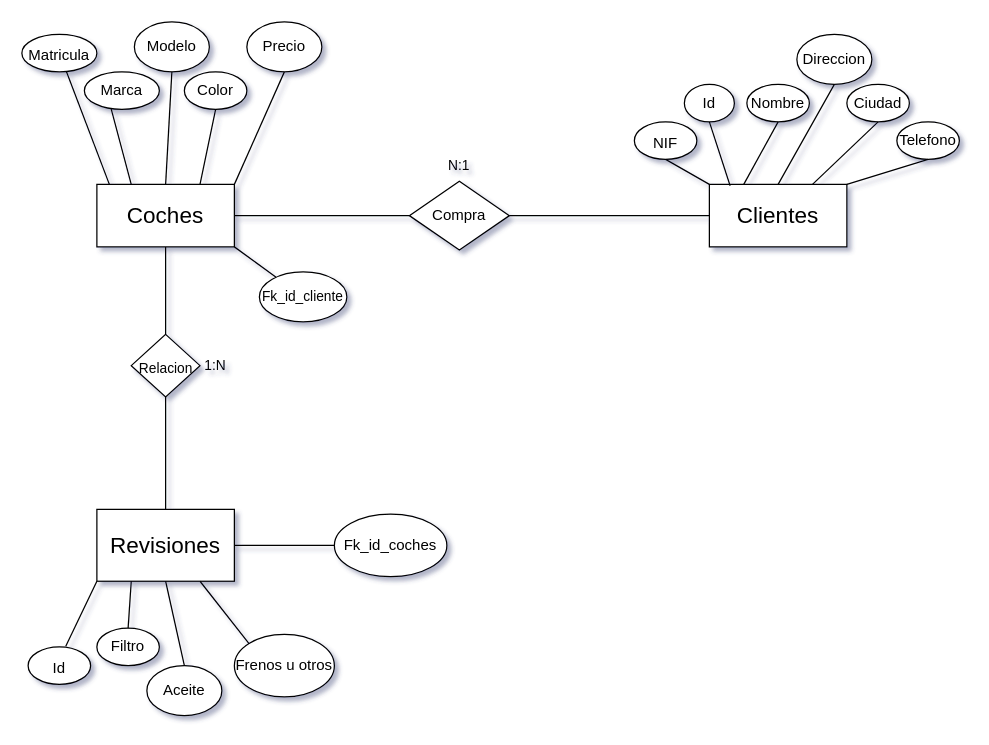
Earlier version of the draw.io diagram Untitled Diagram.drawio (elenaradrus/DiagramasDB). Source tidied: cells renumbered, new cells numbered last; positions are measured from the earlier drawing's top-left corner, leaving out a move shared by most shapes. Both pictures are drawn from the tidied source at 125%, with x=0, y=0 at pixel (21, 21).
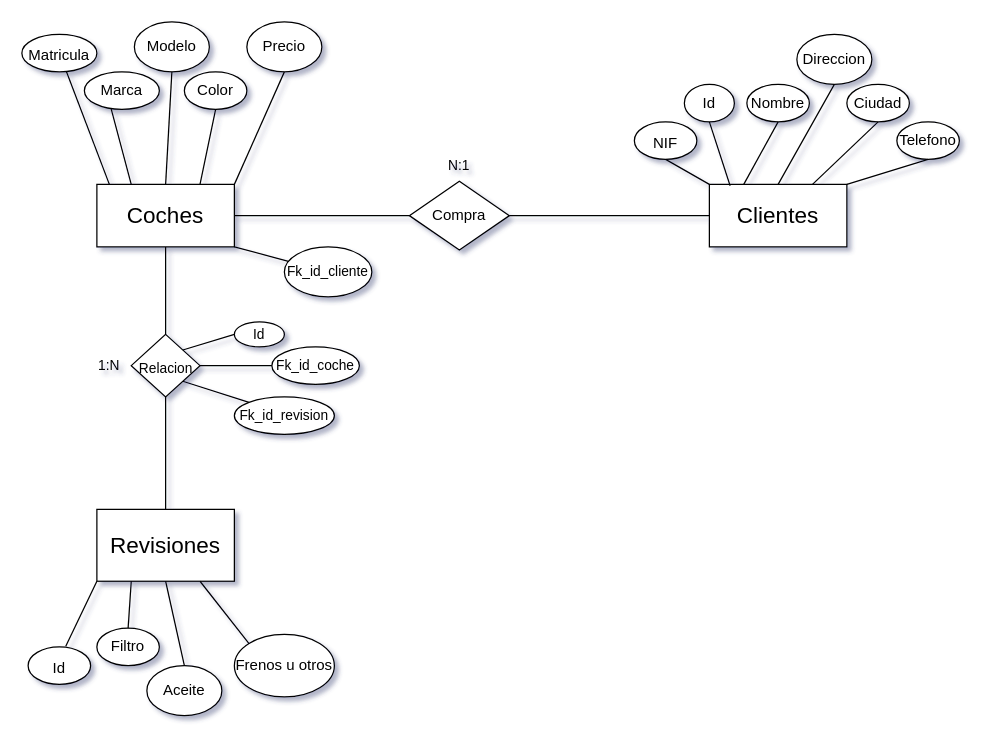
The same page after the edit.

The change refers to these unchanged cells:
```xml
<mxCell id="29" value="&lt;font style=&quot;font-size: 18px;&quot;&gt;Revisiones&lt;/font&gt;" style="rounded=0;whiteSpace=wrap;html=1;fontSize=12;" parent="1" vertex="1">
  <mxGeometry x="60" y="390" width="110" height="57.5" as="geometry" />
</mxCell>
<mxCell id="30" value="&lt;font style=&quot;font-size: 11px;&quot;&gt;Relacion&lt;/font&gt;" style="rhombus;whiteSpace=wrap;html=1;fontSize=18;" parent="1" vertex="1">
  <mxGeometry x="87.5" y="250" width="55" height="50" as="geometry" />
</mxCell>
```

Change to the diagram source:
```diff
@@
-    <mxCell id="41" value="Fk_id_coches" style="ellipse;whiteSpace=wrap;html=1;fontSize=12;" parent="1" vertex="1">
-      <mxGeometry x="250" y="393.8" width="90" height="50" as="geometry" />
-    </mxCell>
-    <mxCell id="42" style="endArrow=none;html=1;rounded=0;fontSize=12;exitX=1;exitY=0.5;exitDx=0;exitDy=0;entryX=0;entryY=0.5;entryDx=0;entryDy=0;" parent="1" edge="1" source="29" target="41">
-      <mxGeometry relative="1" as="geometry" />
-    </mxCell>
     <mxCell id="43" value="Fk_id_cliente" style="ellipse;whiteSpace=wrap;html=1;fontSize=11;" parent="1" vertex="1">
-      <mxGeometry x="190" y="200" width="70" height="40" as="geometry" />
+      <mxGeometry x="210" y="180" width="70" height="40" as="geometry" />
     </mxCell>
@@
     <mxCell id="46" value="1:N" style="text;html=1;strokeColor=none;fillColor=none;align=center;verticalAlign=middle;whiteSpace=wrap;rounded=0;fontSize=11;" parent="1" vertex="1">
-      <mxGeometry x="125" y="260" width="60" height="30" as="geometry" />
+      <mxGeometry x="40" y="260" width="60" height="30" as="geometry" />
     </mxCell>
+    <mxCell id="47" value="Id" style="ellipse;whiteSpace=wrap;html=1;fontSize=11;" parent="1" vertex="1">
+      <mxGeometry x="170" y="240" width="40" height="20" as="geometry" />
+    </mxCell>
+    <mxCell id="48" value="Fk_id_coche" style="ellipse;whiteSpace=wrap;html=1;fontSize=11;" parent="1" vertex="1">
+      <mxGeometry x="200" y="260" width="70" height="30" as="geometry" />
+    </mxCell>
+    <mxCell id="49" value="Fk_id_revision" style="ellipse;whiteSpace=wrap;html=1;fontSize=11;" parent="1" vertex="1">
+      <mxGeometry x="170" y="300" width="80" height="30" as="geometry" />
+    </mxCell>
+    <mxCell id="50" style="endArrow=none;html=1;rounded=0;fontSize=11;entryX=0;entryY=0.5;entryDx=0;entryDy=0;exitX=1;exitY=0;exitDx=0;exitDy=0;" parent="1" edge="1" source="30" target="47">
+      <mxGeometry relative="1" as="geometry" />
+    </mxCell>
+    <mxCell id="51" style="endArrow=none;html=1;rounded=0;fontSize=11;exitX=1;exitY=0.5;exitDx=0;exitDy=0;entryX=0;entryY=0.5;entryDx=0;entryDy=0;" parent="1" edge="1" source="30" target="48">
+      <mxGeometry relative="1" as="geometry" />
+    </mxCell>
+    <mxCell id="52" style="endArrow=none;html=1;rounded=0;fontSize=11;entryX=1;entryY=1;entryDx=0;entryDy=0;exitX=0;exitY=0;exitDx=0;exitDy=0;" parent="1" edge="1" source="49" target="30">
+      <mxGeometry relative="1" as="geometry" />
+    </mxCell>
```
